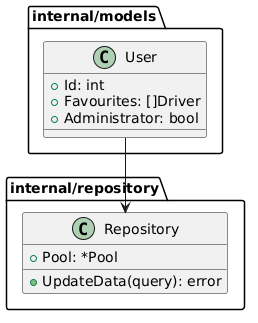
k3sslerX/BMSTU_PPO keeps this PlantUML diagram as docs/images/updateUML.png. Above is the earlier version. Source of this version:
```plantuml
@startuml
top to bottom direction

package internal/models{
class User {
+Id: int
+Favourites: []Driver
+Administrator: bool
}
}
package internal/repository{
class Repository {
+Pool: *Pool
+UpdateData(query): error
}
}
"User" --> "Repository"
@enduml
```
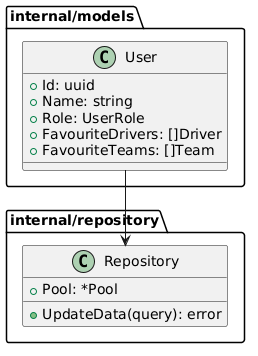
The same file after the commit.

What changed in the source:
```diff
@@ -3,9 +3,11 @@
 
 package internal/models{
 class User {
-+Id: int
-+Favourites: []Driver
-+Administrator: bool
++Id: uuid
++Name: string
++Role: UserRole
++FavouriteDrivers: []Driver
++FavouriteTeams: []Team
 }
 }
 package internal/repository{
```
